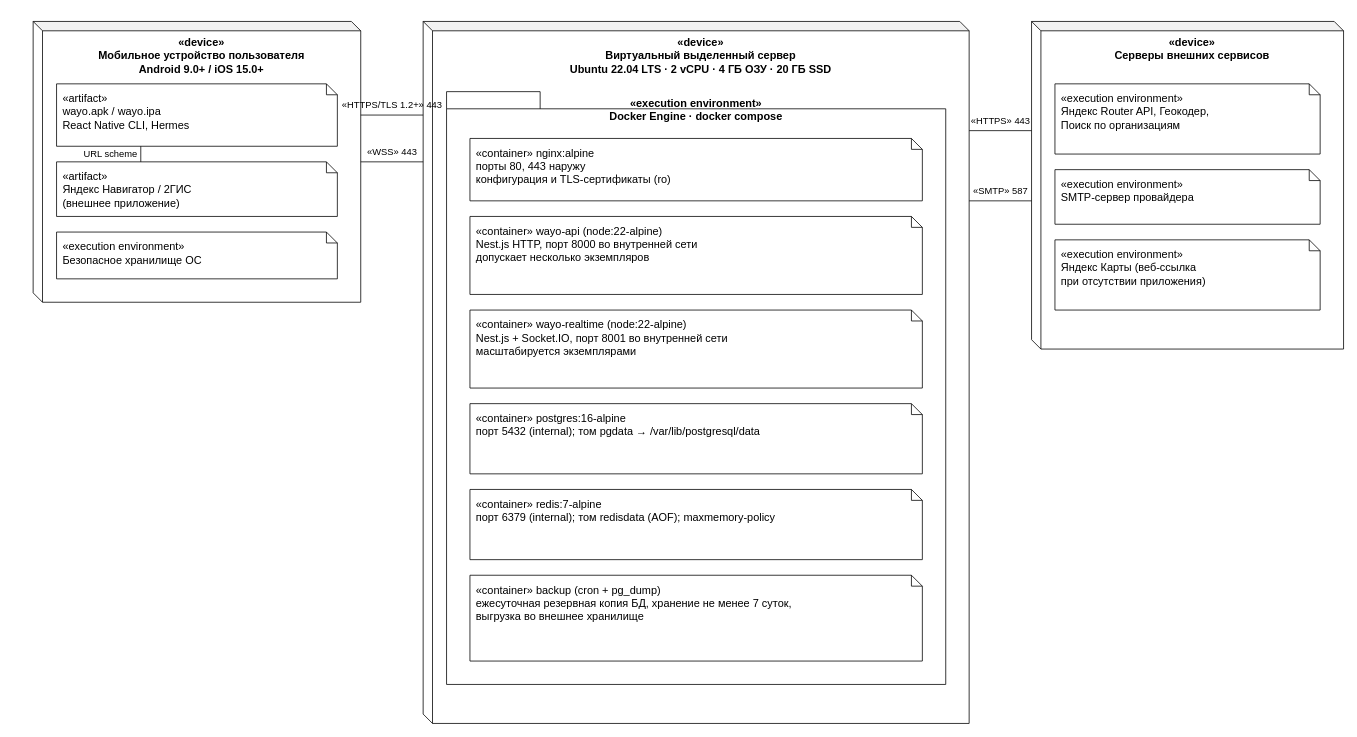
crockshine/wayo keeps this draw.io diagram as page "2. Развёртывание" (2 of 5) of docs/Архитектура системы.drawio. Above is the earlier version. Source tidied: cells renumbered, new cells numbered last; positions are measured from the earlier drawing's top-left corner, leaving out a move shared by most shapes. Both pictures are drawn from the tidied source at 78%, with x=0, y=0 at pixel (33, 21).
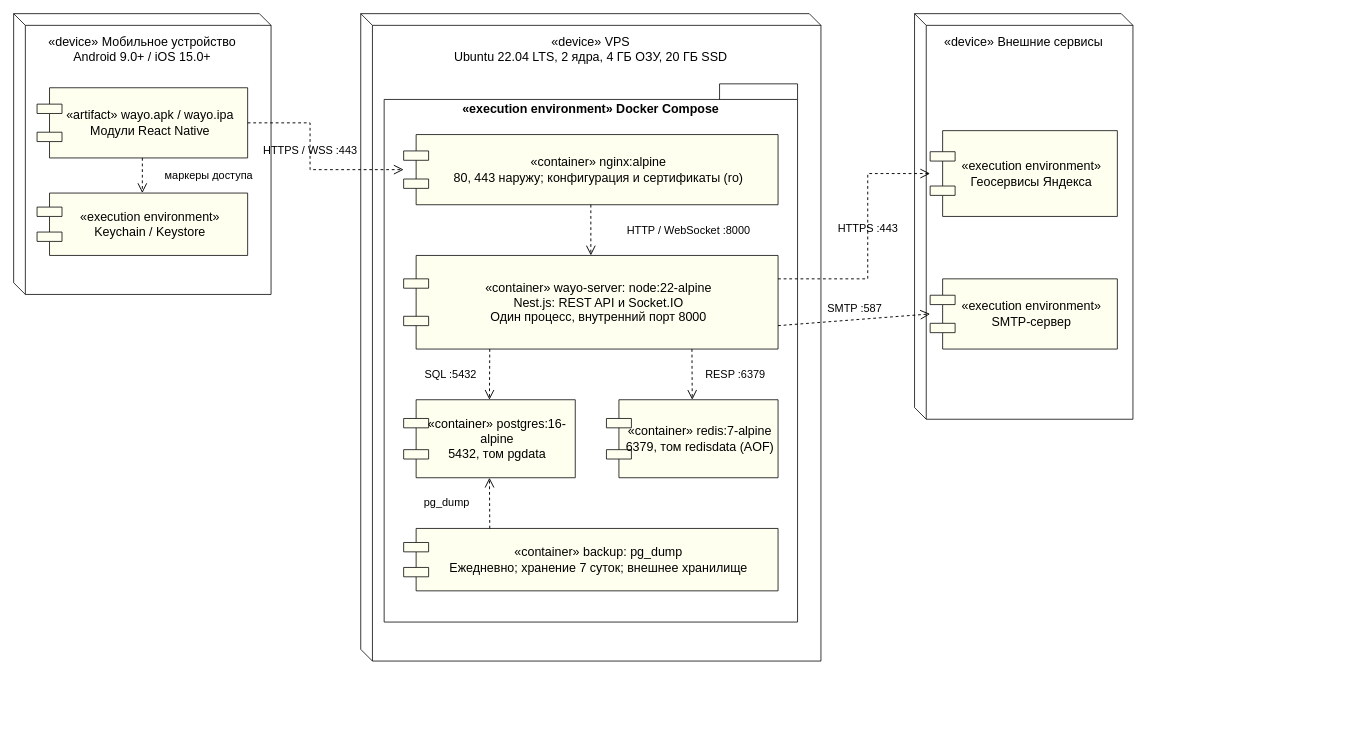
After the change.

What changed in the source:
```diff
@@
-    <mxCell id="2" value="«device»&#10;Мобильное устройство пользователя&#10;Android 9.0+ / iOS 15.0+" style="shape=cube;whiteSpace=wrap;html=1;boundedLbl=1;backgroundOutline=1;darkOpacity=0.05;fillColor=#FFFFFF;strokeColor=#000000;size=12;align=center;verticalAlign=top;fontSize=14;fontStyle=1;fontFamily=Helvetica;" parent="1" vertex="1">
-      <mxGeometry width="420" height="360" as="geometry" />
-    </mxCell>
-    <mxCell id="3" value="«artifact»&#10;wayo.apk / wayo.ipa&#10;React Native CLI, Hermes" style="shape=note;whiteSpace=wrap;html=1;size=14;fillColor=#FFFFFF;strokeColor=#000000;fontSize=14;align=left;spacingLeft=6;verticalAlign=top;spacingTop=4;fontFamily=Helvetica;" parent="1" vertex="1">
-      <mxGeometry x="30" y="80" width="360" height="80" as="geometry" />
-    </mxCell>
-    <mxCell id="4" value="«artifact»&#10;Яндекс Навигатор / 2ГИС&#10;(внешнее приложение)" style="shape=note;whiteSpace=wrap;html=1;size=14;fillColor=#FFFFFF;strokeColor=#000000;fontSize=14;align=left;spacingLeft=6;verticalAlign=top;spacingTop=4;fontFamily=Helvetica;" parent="1" vertex="1">
-      <mxGeometry x="30" y="180" width="360" height="70" as="geometry" />
-    </mxCell>
-    <mxCell id="5" value="«execution environment»&#10;Безопасное хранилище ОС" style="shape=note;whiteSpace=wrap;html=1;size=14;fillColor=#FFFFFF;strokeColor=#000000;fontSize=14;align=left;spacingLeft=6;verticalAlign=top;spacingTop=4;fontFamily=Helvetica;" parent="1" vertex="1">
-      <mxGeometry x="30" y="270" width="360" height="60" as="geometry" />
-    </mxCell>
-    <mxCell id="6" value="«device»&#10;Виртуальный выделенный сервер&#10;Ubuntu 22.04 LTS · 2 vCPU · 4 ГБ ОЗУ · 20 ГБ SSD" style="shape=cube;whiteSpace=wrap;html=1;boundedLbl=1;backgroundOutline=1;darkOpacity=0.05;fillColor=#FFFFFF;strokeColor=#000000;size=12;align=center;verticalAlign=top;fontSize=14;fontStyle=1;fontFamily=Helvetica;" parent="1" vertex="1">
-      <mxGeometry x="500" width="700" height="900" as="geometry" />
-    </mxCell>
-    <mxCell id="7" value="«execution environment»&#10;Docker Engine · docker compose" style="shape=folder;fontStyle=1;tabWidth=120;tabHeight=22;tabPosition=left;html=1;whiteSpace=wrap;fillColor=none;strokeColor=#000000;verticalAlign=top;align=center;fontSize=14;fontFamily=Helvetica;" parent="1" vertex="1">
-      <mxGeometry x="530" y="90" width="640" height="760" as="geometry" />
-    </mxCell>
-    <mxCell id="8" value="«container» nginx:alpine&#10;порты 80, 443 наружу&#10;конфигурация и TLS-сертификаты (ro)" style="shape=note;whiteSpace=wrap;html=1;size=14;fillColor=#FFFFFF;strokeColor=#000000;fontSize=14;align=left;spacingLeft=6;verticalAlign=top;spacingTop=4;fontFamily=Helvetica;" parent="1" vertex="1">
-      <mxGeometry x="560" y="150" width="580" height="80" as="geometry" />
-    </mxCell>
-    <mxCell id="9" value="«container» wayo-api (node:22-alpine)&#10;Nest.js HTTP, порт 8000 во внутренней сети&#10;допускает несколько экземпляров" style="shape=note;whiteSpace=wrap;html=1;size=14;fillColor=#FFFFFF;strokeColor=#000000;fontSize=14;align=left;spacingLeft=6;verticalAlign=top;spacingTop=4;fontFamily=Helvetica;" parent="1" vertex="1">
-      <mxGeometry x="560" y="250" width="580" height="100" as="geometry" />
-    </mxCell>
-    <mxCell id="10" value="«container» wayo-realtime (node:22-alpine)&#10;Nest.js + Socket.IO, порт 8001 во внутренней сети&#10;масштабируется экземплярами" style="shape=note;whiteSpace=wrap;html=1;size=14;fillColor=#FFFFFF;strokeColor=#000000;fontSize=14;align=left;spacingLeft=6;verticalAlign=top;spacingTop=4;fontFamily=Helvetica;" parent="1" vertex="1">
-      <mxGeometry x="560" y="370" width="580" height="100" as="geometry" />
-    </mxCell>
-    <mxCell id="11" value="«container» postgres:16-alpine&#10;порт 5432 (internal); том pgdata → /var/lib/postgresql/data" style="shape=note;whiteSpace=wrap;html=1;size=14;fillColor=#FFFFFF;strokeColor=#000000;fontSize=14;align=left;spacingLeft=6;verticalAlign=top;spacingTop=4;fontFamily=Helvetica;" parent="1" vertex="1">
-      <mxGeometry x="560" y="490" width="580" height="90" as="geometry" />
-    </mxCell>
-    <mxCell id="12" value="«container» redis:7-alpine&#10;порт 6379 (internal); том redisdata (AOF); maxmemory-policy" style="shape=note;whiteSpace=wrap;html=1;size=14;fillColor=#FFFFFF;strokeColor=#000000;fontSize=14;align=left;spacingLeft=6;verticalAlign=top;spacingTop=4;fontFamily=Helvetica;" parent="1" vertex="1">
-      <mxGeometry x="560" y="600" width="580" height="90" as="geometry" />
-    </mxCell>
-    <mxCell id="13" value="«container» backup (cron + pg_dump)&#10;ежесуточная резервная копия БД, хранение не менее 7 суток,&#10;выгрузка во внешнее хранилище" style="shape=note;whiteSpace=wrap;html=1;size=14;fillColor=#FFFFFF;strokeColor=#000000;fontSize=14;align=left;spacingLeft=6;verticalAlign=top;spacingTop=4;fontFamily=Helvetica;" parent="1" vertex="1">
-      <mxGeometry x="560" y="710" width="580" height="110" as="geometry" />
-    </mxCell>
-    <mxCell id="14" value="«device»&#10;Серверы внешних сервисов" style="shape=cube;whiteSpace=wrap;html=1;boundedLbl=1;backgroundOutline=1;darkOpacity=0.05;fillColor=#FFFFFF;strokeColor=#000000;size=12;align=center;verticalAlign=top;fontSize=14;fontStyle=1;fontFamily=Helvetica;" parent="1" vertex="1">
-      <mxGeometry x="1280" width="400" height="420" as="geometry" />
-    </mxCell>
-    <mxCell id="15" value="«execution environment»&#10;Яндекс Router API, Геокодер,&#10;Поиск по организациям" style="shape=note;whiteSpace=wrap;html=1;size=14;fillColor=#FFFFFF;strokeColor=#000000;fontSize=14;align=left;spacingLeft=6;verticalAlign=top;spacingTop=4;fontFamily=Helvetica;" parent="1" vertex="1">
-      <mxGeometry x="1310" y="80" width="340" height="90" as="geometry" />
-    </mxCell>
-    <mxCell id="16" value="«execution environment»&#10;SMTP-сервер провайдера" style="shape=note;whiteSpace=wrap;html=1;size=14;fillColor=#FFFFFF;strokeColor=#000000;fontSize=14;align=left;spacingLeft=6;verticalAlign=top;spacingTop=4;fontFamily=Helvetica;" parent="1" vertex="1">
-      <mxGeometry x="1310" y="190" width="340" height="70" as="geometry" />
-    </mxCell>
-    <mxCell id="17" value="«execution environment»&#10;Яндекс Карты (веб-ссылка&#10;при отсутствии приложения)" style="shape=note;whiteSpace=wrap;html=1;size=14;fillColor=#FFFFFF;strokeColor=#000000;fontSize=14;align=left;spacingLeft=6;verticalAlign=top;spacingTop=4;fontFamily=Helvetica;" parent="1" vertex="1">
-      <mxGeometry x="1310" y="280" width="340" height="90" as="geometry" />
-    </mxCell>
-    <mxCell id="18" value="«HTTPS/TLS 1.2+» 443" style="edgeStyle=none;html=1;rounded=0;endArrow=none;strokeColor=#000000;fontSize=12;labelBackgroundColor=none;fontFamily=Helvetica;exitX=1;exitY=0.3333333333333333;exitPerimeter=0;entryX=0;entryY=0.13333333333333333;entryPerimeter=0;labelBorderColor=none;" parent="1" edge="1" source="2" target="6">
-      <mxGeometry relative="1" as="geometry">
-        <mxPoint y="-12.5" as="offset" />
-      </mxGeometry>
-    </mxCell>
-    <mxCell id="19" value="«WSS» 443" style="edgeStyle=none;html=1;rounded=0;endArrow=none;strokeColor=#000000;fontSize=12;labelBackgroundColor=none;fontFamily=Helvetica;exitX=1;exitY=0.5;exitPerimeter=0;entryX=0;entryY=0.2;entryPerimeter=0;labelBorderColor=none;" parent="1" edge="1" source="2" target="6">
-      <mxGeometry relative="1" as="geometry">
-        <mxPoint y="-12.5" as="offset" />
-      </mxGeometry>
-    </mxCell>
-    <mxCell id="20" value="«HTTPS» 443" style="edgeStyle=none;html=1;rounded=0;endArrow=none;strokeColor=#000000;fontSize=12;labelBackgroundColor=none;fontFamily=Helvetica;exitX=1;exitY=0.15555555555555556;exitPerimeter=0;entryX=0;entryY=0.3333333333333333;entryPerimeter=0;labelBorderColor=none;" parent="1" edge="1" source="6" target="14">
-      <mxGeometry relative="1" as="geometry">
-        <mxPoint y="-12.5" as="offset" />
-      </mxGeometry>
-    </mxCell>
-    <mxCell id="21" value="«SMTP» 587" style="edgeStyle=none;html=1;rounded=0;endArrow=none;strokeColor=#000000;fontSize=12;labelBackgroundColor=none;fontFamily=Helvetica;exitX=1;exitY=0.25555555555555554;exitPerimeter=0;entryX=0;entryY=0.5476190476190477;entryPerimeter=0;labelBorderColor=none;" parent="1" edge="1" source="6" target="14">
-      <mxGeometry relative="1" as="geometry">
-        <mxPoint y="-12.5" as="offset" />
-      </mxGeometry>
-    </mxCell>
-    <mxCell id="22" value="URL scheme" style="edgeStyle=none;html=1;rounded=0;endArrow=none;strokeColor=#000000;fontSize=12;labelBackgroundColor=none;fontFamily=Helvetica;exitX=0.3;exitY=1;exitPerimeter=0;entryX=0.3;entryY=0;entryPerimeter=0;labelBorderColor=none;" parent="1" edge="1" source="3" target="4">
-      <mxGeometry relative="1" as="geometry">
-        <mxPoint x="-39" as="offset" />
-      </mxGeometry>
-    </mxCell>
+    <mxCell id="23" value="«device» Мобильное устройство&#10;Android 9.0+ / iOS 15.0+" style="shape=cube;size=15;fillColor=none;verticalAlign=top;spacingTop=20;whiteSpace=wrap;html=1;strokeColor=#000000;fontFamily=Helvetica;fontSize=16;labelBackgroundColor=none;" parent="1" vertex="1">
+      <mxGeometry x="-25" y="-10" width="330" height="360" as="geometry" />
+    </mxCell>
+    <mxCell id="24" value="«artifact» wayo.apk / wayo.ipa&#10;Модули React Native" style="shape=component;spacingLeft=20;fillColor=#FFFFF0;whiteSpace=wrap;html=1;strokeColor=#000000;fontFamily=Helvetica;fontSize=16;labelBackgroundColor=none;" parent="1" vertex="1">
+      <mxGeometry x="5" y="85" width="270" height="90" as="geometry" />
+    </mxCell>
+    <mxCell id="25" value="«execution environment»&#10;Keychain / Keystore" style="shape=component;spacingLeft=20;fillColor=#FFFFF0;whiteSpace=wrap;html=1;strokeColor=#000000;fontFamily=Helvetica;fontSize=16;labelBackgroundColor=none;" parent="1" vertex="1">
+      <mxGeometry x="5" y="220" width="270" height="80" as="geometry" />
+    </mxCell>
+    <mxCell id="26" value="«device» VPS&#10;Ubuntu 22.04 LTS, 2 ядра, 4 ГБ ОЗУ, 20 ГБ SSD" style="shape=cube;size=15;fillColor=none;verticalAlign=top;spacingTop=20;whiteSpace=wrap;html=1;strokeColor=#000000;fontFamily=Helvetica;fontSize=16;labelBackgroundColor=none;" parent="1" vertex="1">
+      <mxGeometry x="420" y="-10" width="590" height="830" as="geometry" />
+    </mxCell>
+    <mxCell id="27" value="«execution environment» Docker Compose" style="shape=folder;tabWidth=100;tabHeight=20;verticalAlign=top;spacingTop=16;fillColor=none;fontStyle=1;whiteSpace=wrap;html=1;strokeColor=#000000;fontFamily=Helvetica;fontSize=16;labelBackgroundColor=none;" parent="1" vertex="1">
+      <mxGeometry x="450" y="80" width="530" height="690" as="geometry" />
+    </mxCell>
+    <mxCell id="28" value="«container» nginx:alpine&#10;80, 443 наружу; конфигурация и сертификаты (ro)" style="shape=component;spacingLeft=20;fillColor=#FFFFF0;whiteSpace=wrap;html=1;strokeColor=#000000;fontFamily=Helvetica;fontSize=16;labelBackgroundColor=none;" parent="1" vertex="1">
+      <mxGeometry x="475" y="145" width="480" height="90" as="geometry" />
+    </mxCell>
+    <mxCell id="29" value="«container» wayo-server: node:22-alpine&#10;Nest.js: REST API и Socket.IO&#10;Один процесс, внутренний порт 8000" style="shape=component;spacingLeft=20;fillColor=#FFFFF0;whiteSpace=wrap;html=1;strokeColor=#000000;fontFamily=Helvetica;fontSize=16;labelBackgroundColor=none;" parent="1" vertex="1">
+      <mxGeometry x="475" y="300" width="480" height="120" as="geometry" />
+    </mxCell>
+    <mxCell id="30" value="«container» postgres:16-alpine&#10;5432, том pgdata" style="shape=component;spacingLeft=20;fillColor=#FFFFF0;whiteSpace=wrap;html=1;strokeColor=#000000;fontFamily=Helvetica;fontSize=16;labelBackgroundColor=none;" parent="1" vertex="1">
+      <mxGeometry x="475" y="485" width="220" height="100" as="geometry" />
+    </mxCell>
+    <mxCell id="31" value="«container» redis:7-alpine&#10;6379, том redisdata (AOF)" style="shape=component;spacingLeft=20;fillColor=#FFFFF0;whiteSpace=wrap;html=1;strokeColor=#000000;fontFamily=Helvetica;fontSize=16;labelBackgroundColor=none;" parent="1" vertex="1">
+      <mxGeometry x="735" y="485" width="220" height="100" as="geometry" />
+    </mxCell>
+    <mxCell id="32" value="«container» backup: pg_dump&#10;Ежедневно; хранение 7 суток; внешнее хранилище" style="shape=component;spacingLeft=20;fillColor=#FFFFF0;whiteSpace=wrap;html=1;strokeColor=#000000;fontFamily=Helvetica;fontSize=16;labelBackgroundColor=none;" parent="1" vertex="1">
+      <mxGeometry x="475" y="650" width="480" height="80" as="geometry" />
+    </mxCell>
+    <mxCell id="33" value="«device» Внешние сервисы" style="shape=cube;size=15;fillColor=none;verticalAlign=top;spacingTop=20;whiteSpace=wrap;html=1;strokeColor=#000000;fontFamily=Helvetica;fontSize=16;labelBackgroundColor=none;" parent="1" vertex="1">
+      <mxGeometry x="1130" y="-10" width="280" height="520" as="geometry" />
+    </mxCell>
+    <mxCell id="34" value="«execution environment»&#10;Геосервисы Яндекса" style="shape=component;spacingLeft=20;fillColor=#FFFFF0;whiteSpace=wrap;html=1;strokeColor=#000000;fontFamily=Helvetica;fontSize=16;labelBackgroundColor=none;" parent="1" vertex="1">
+      <mxGeometry x="1150" y="140" width="240" height="110" as="geometry" />
+    </mxCell>
+    <mxCell id="35" value="«execution environment»&#10;SMTP-сервер" style="shape=component;spacingLeft=20;fillColor=#FFFFF0;whiteSpace=wrap;html=1;strokeColor=#000000;fontFamily=Helvetica;fontSize=16;labelBackgroundColor=none;" parent="1" vertex="1">
+      <mxGeometry x="1150" y="330" width="240" height="90" as="geometry" />
+    </mxCell>
+    <mxCell id="36" value="HTTPS / WSS :443" style="edgeStyle=none;rounded=0;html=1;endArrow=open;endSize=10;endFill=0;dashed=1;strokeColor=#000000;strokeWidth=1.2;fontFamily=Helvetica;fontSize=14;labelBackgroundColor=none;labelBorderColor=none;exitX=1;exitY=0.5;entryX=0;entryY=0.5;exitPerimeter=0;entryPerimeter=0;" parent="1" edge="1" source="24" target="28">
+      <mxGeometry relative="1" as="geometry">
+        <Array as="points">
+          <mxPoint x="355" y="130" />
+          <mxPoint x="355" y="190" />
+        </Array>
+        <mxPoint y="-14" as="offset" />
+      </mxGeometry>
+    </mxCell>
+    <mxCell id="37" value="HTTP / WebSocket :8000" style="edgeStyle=none;rounded=0;html=1;endArrow=open;endSize=10;endFill=0;dashed=1;strokeColor=#000000;strokeWidth=1.2;fontFamily=Helvetica;fontSize=14;labelBackgroundColor=none;labelBorderColor=none;exitX=0.5;exitY=1;entryX=0.5;entryY=0;exitPerimeter=0;entryPerimeter=0;" parent="1" edge="1" source="28" target="29">
+      <mxGeometry relative="1" as="geometry">
+        <mxPoint x="125" as="offset" />
+      </mxGeometry>
+    </mxCell>
+    <mxCell id="38" value="SQL :5432" style="edgeStyle=none;rounded=0;html=1;endArrow=open;endSize=10;endFill=0;dashed=1;strokeColor=#000000;strokeWidth=1.2;fontFamily=Helvetica;fontSize=14;labelBackgroundColor=none;labelBorderColor=none;exitX=0.23;exitY=1;entryX=0.5;entryY=0;exitPerimeter=0;entryPerimeter=0;" parent="1" edge="1" source="29" target="30">
+      <mxGeometry relative="1" as="geometry">
+        <mxPoint x="-50" as="offset" />
+      </mxGeometry>
+    </mxCell>
+    <mxCell id="39" value="RESP :6379" style="edgeStyle=none;rounded=0;html=1;endArrow=open;endSize=10;endFill=0;dashed=1;strokeColor=#000000;strokeWidth=1.2;fontFamily=Helvetica;fontSize=14;labelBackgroundColor=none;labelBorderColor=none;exitX=0.77;exitY=1;entryX=0.5;entryY=0;exitPerimeter=0;entryPerimeter=0;" parent="1" edge="1" source="29" target="31">
+      <mxGeometry relative="1" as="geometry">
+        <mxPoint x="55" as="offset" />
+      </mxGeometry>
+    </mxCell>
+    <mxCell id="40" value="HTTPS :443" style="edgeStyle=none;rounded=0;html=1;endArrow=open;endSize=10;endFill=0;dashed=1;strokeColor=#000000;strokeWidth=1.2;fontFamily=Helvetica;fontSize=14;labelBackgroundColor=none;labelBorderColor=none;exitX=1;exitY=0.25;entryX=0;entryY=0.5;exitPerimeter=0;entryPerimeter=0;" parent="1" edge="1" source="29" target="34">
+      <mxGeometry relative="1" as="geometry">
+        <Array as="points">
+          <mxPoint x="1070" y="330" />
+          <mxPoint x="1070" y="195" />
+        </Array>
+        <mxPoint y="-14" as="offset" />
+      </mxGeometry>
+    </mxCell>
+    <mxCell id="41" value="SMTP :587" style="edgeStyle=none;rounded=0;html=1;endArrow=open;endSize=10;endFill=0;dashed=1;strokeColor=#000000;strokeWidth=1.2;fontFamily=Helvetica;fontSize=14;labelBackgroundColor=none;labelBorderColor=none;exitX=1;exitY=0.75;entryX=0;entryY=0.5;exitPerimeter=0;entryPerimeter=0;" parent="1" edge="1" source="29" target="35">
+      <mxGeometry relative="1" as="geometry">
+        <mxPoint y="-14" as="offset" />
+      </mxGeometry>
+    </mxCell>
+    <mxCell id="42" value="pg_dump" style="edgeStyle=none;rounded=0;html=1;endArrow=open;endSize=10;endFill=0;dashed=1;strokeColor=#000000;strokeWidth=1.2;fontFamily=Helvetica;fontSize=14;labelBackgroundColor=none;labelBorderColor=none;exitX=0.23;exitY=0;entryX=0.5;entryY=1;exitPerimeter=0;entryPerimeter=0;" parent="1" edge="1" source="32" target="30">
+      <mxGeometry relative="1" as="geometry">
+        <mxPoint x="-55" as="offset" />
+      </mxGeometry>
+    </mxCell>
+    <mxCell id="43" value="маркеры доступа" style="edgeStyle=none;rounded=0;html=1;endArrow=open;endSize=10;endFill=0;dashed=1;strokeColor=#000000;strokeWidth=1.2;fontFamily=Helvetica;fontSize=14;labelBackgroundColor=none;labelBorderColor=none;exitX=0.5;exitY=1;entryX=0.5;entryY=0;exitPerimeter=0;entryPerimeter=0;" parent="1" edge="1" source="24" target="25">
+      <mxGeometry relative="1" as="geometry">
+        <mxPoint x="85" as="offset" />
+      </mxGeometry>
+    </mxCell>
```
